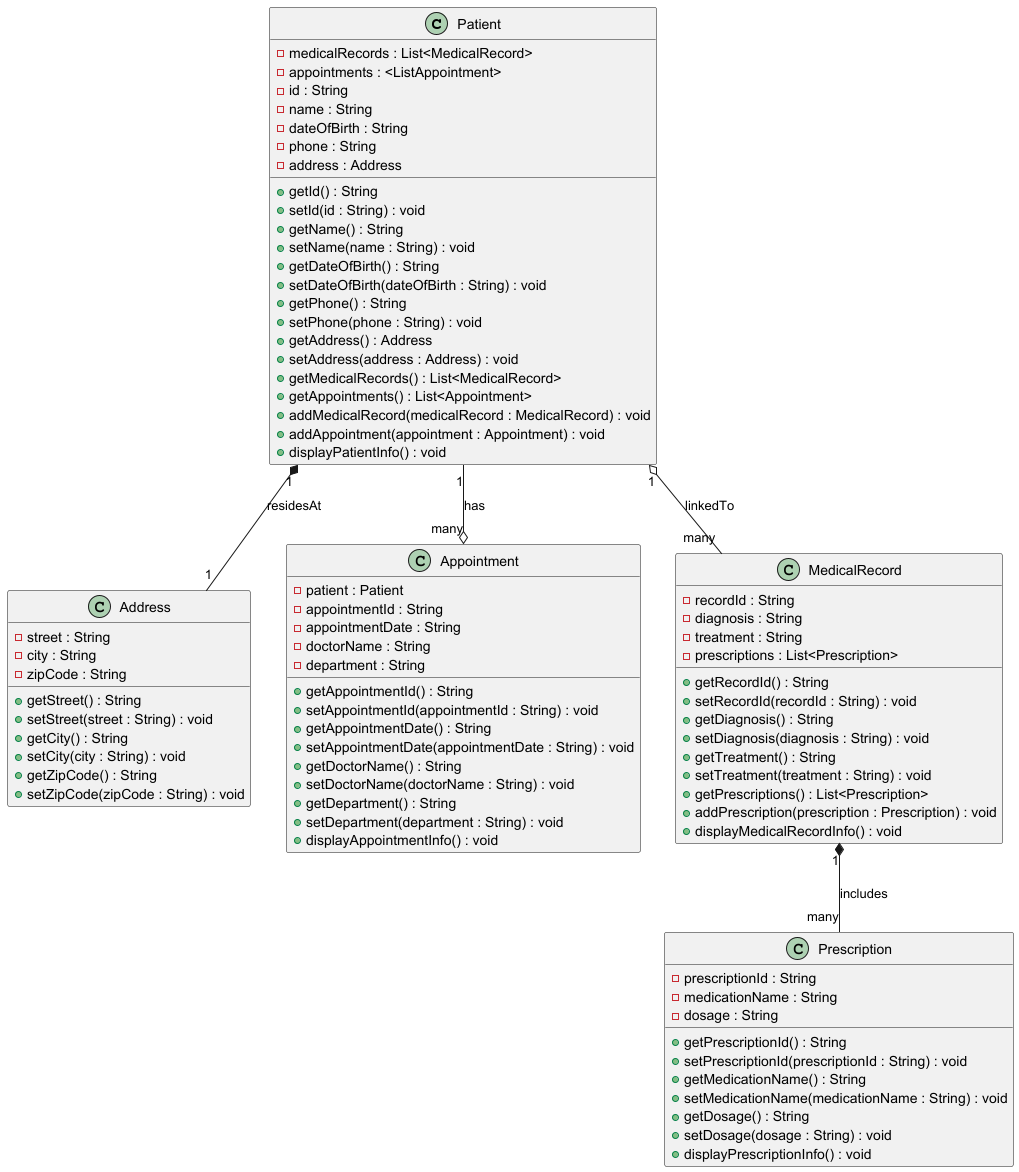
Earlier version of the PlantUML export task-2/3/PatientDiagram.png (shreddedInk/Senla-Courses).
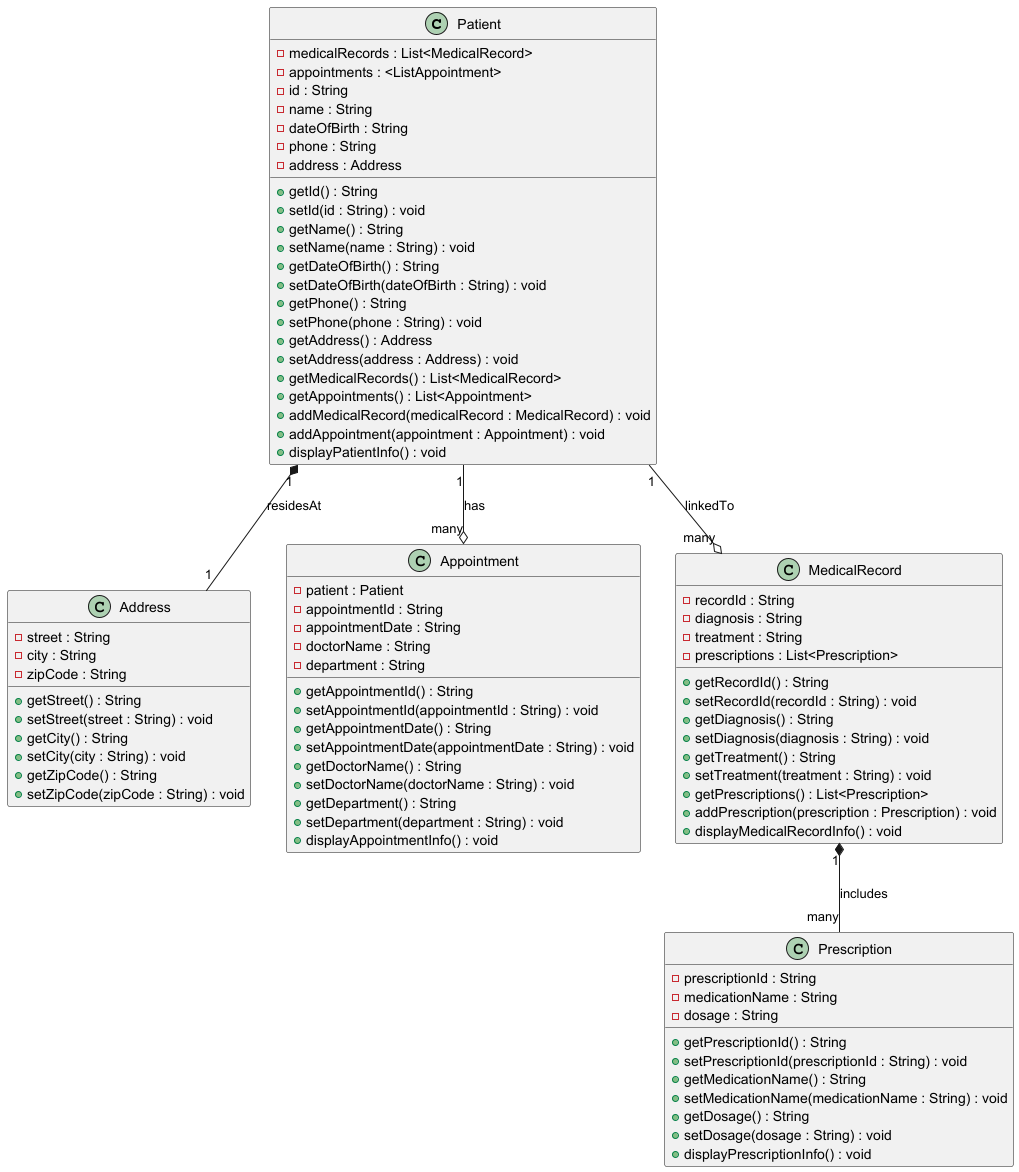
Above is the later version.

Diff of the diagram source:
```diff
@@ -84,6 +84,6 @@
 
 Patient "1" *-- "1" Address : residesAt
 Patient "1" --o "many" Appointment : has
-Patient "1" o-- "many" MedicalRecord : linkedTo
+Patient "1" --o "many" MedicalRecord : linkedTo
 MedicalRecord "1" *-- "many" Prescription : includes
 @enduml
```
